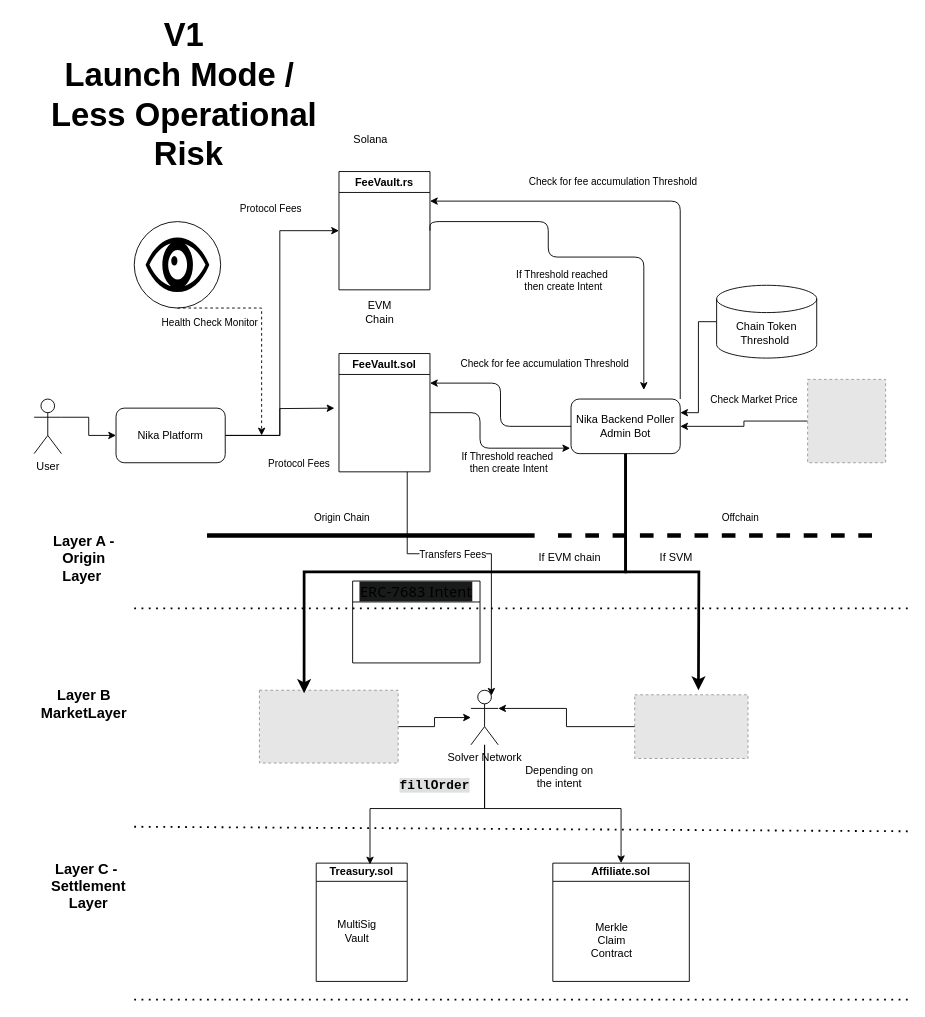
Before: page "v1" (2 of 3) of Nika Finance SD.drawio in ChanX21/Diagrams, a draw.io diagram. Source tidied: cells renumbered, new cells numbered last; positions are measured from the earlier drawing's top-left corner, leaving out a move shared by most shapes. Both pictures are drawn from the tidied source at 91%, with x=0, y=0 at pixel (15, 80). Pictures stored in the file or linked from it are replaced by grey dashed boxes.
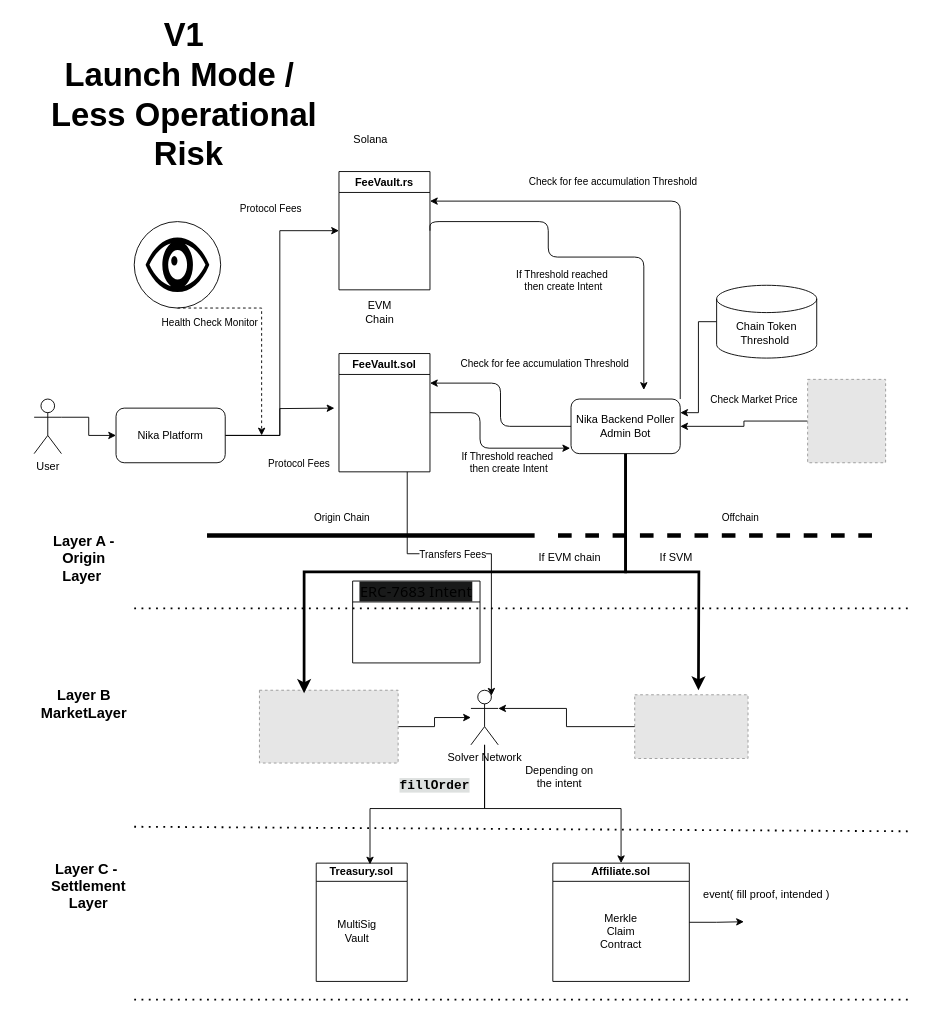
Above is the later version.

Unchanged cells that the change refers to:
```xml
<mxCell id="42" value="Affiliate.sol" style="swimlane;whiteSpace=wrap;html=1;startSize=20;" parent="1" vertex="1">
  <mxGeometry x="590" y="860" width="150" height="130" as="geometry" />
</mxCell>
```

Diff of the diagram source:
```diff
@@
+    <mxCell id="60" style="edgeStyle=orthogonalEdgeStyle;rounded=0;jettySize=auto;html=1;exitX=1;exitY=0.5;exitDx=0;exitDy=0;" parent="1" edge="1" source="42">
+      <mxGeometry relative="1" as="geometry">
+        <mxPoint x="800" y="924.4" as="targetPoint" />
+      </mxGeometry>
+    </mxCell>
@@
     <mxCell id="43" value="Merkle Claim Contract" style="text;html=1;whiteSpace=wrap;strokeColor=none;fillColor=none;align=center;verticalAlign=middle;rounded=0;" parent="42" vertex="1">
-      <mxGeometry x="35" y="70" width="60" height="30" as="geometry" />
+      <mxGeometry x="45" y="60" width="60" height="30" as="geometry" />
     </mxCell>
@@
+    <mxCell id="61" value="event( fill proof, intended )" style="text;html=1;whiteSpace=wrap;strokeColor=none;fillColor=none;align=center;verticalAlign=middle;rounded=0;" parent="1" vertex="1">
+      <mxGeometry x="740" y="880" width="170" height="30" as="geometry" />
+    </mxCell>
```
